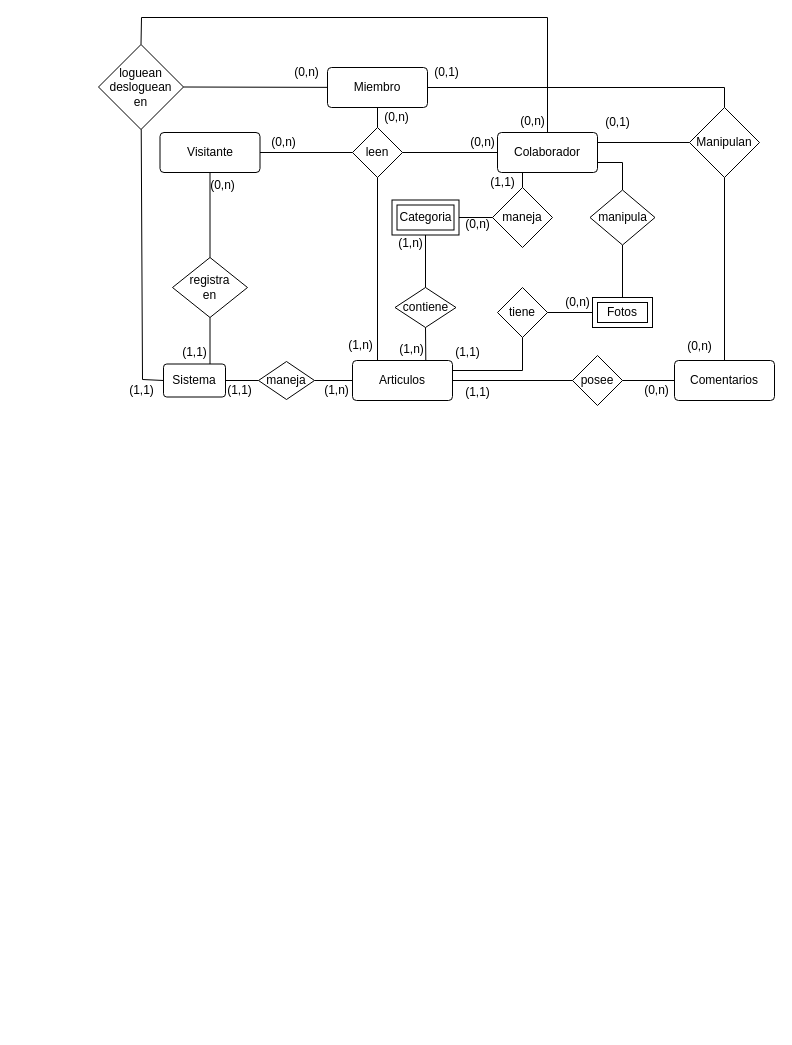
Before: Blog_Metaverso.drawio in mateojgomez/blog_metaverso, a draw.io diagram. Source tidied: cells renumbered, new cells numbered last; positions are measured from the earlier drawing's top-left corner, leaving out a move shared by most shapes. Both pictures are drawn from the tidied source at 100%, with x=0, y=0 at pixel (98, 17).
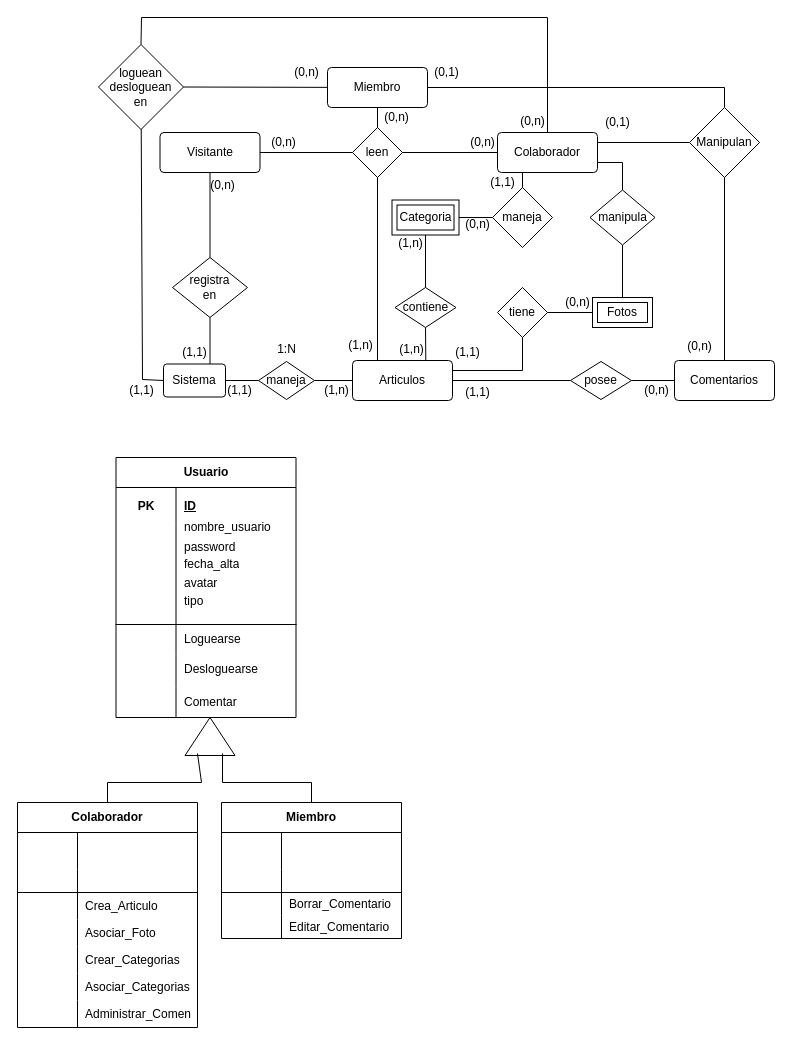
Above is the later version.

Diff of the diagram source:
```diff
@@
     <mxCell id="36" value="posee" style="rhombus;whiteSpace=wrap;html=1;" parent="1" vertex="1">
-      <mxGeometry x="474" y="338" width="50" height="50" as="geometry" />
+      <mxGeometry x="472" y="344" width="61" height="38" as="geometry" />
     </mxCell>
@@
+    <mxCell id="66" value="Usuario" style="shape=table;startSize=30;childLayout=tableLayout;rowLines=0;fontStyle=1;align=center;html=1;whiteSpace=wrap;" parent="1" vertex="1">
+      <mxGeometry x="17.5" y="440" width="180" height="260" as="geometry" />
+    </mxCell>
+    <mxCell id="67" style="shape=tableRow;horizontal=0;startSize=0;swimlaneHead=0;swimlaneBody=0;fillColor=none;top=0;left=0;right=0;bottom=0;html=1;" parent="66" vertex="1">
+      <mxGeometry y="30" width="180" height="37" as="geometry" />
+    </mxCell>
+    <mxCell id="68" value="PK" style="shape=partialRectangle;fillColor=none;top=0;left=0;bottom=0;right=0;fontStyle=1;overflow=hidden;html=1;whiteSpace=wrap;" parent="67" vertex="1">
+      <mxGeometry width="60" height="37" as="geometry" />
+    </mxCell>
+    <mxCell id="69" value="ID" style="shape=partialRectangle;fillColor=none;top=0;left=0;bottom=0;right=0;align=left;spacingLeft=6;fontStyle=5;overflow=hidden;html=1;whiteSpace=wrap;" parent="67" vertex="1">
+      <mxGeometry x="60" width="120" height="37" as="geometry" />
+    </mxCell>
+    <mxCell id="70" style="shape=tableRow;horizontal=0;startSize=0;swimlaneHead=0;swimlaneBody=0;fillColor=none;top=0;left=0;right=0;bottom=1;html=1;" parent="66" vertex="1">
+      <mxGeometry y="67" width="180" height="100" as="geometry" />
+    </mxCell>
+    <mxCell id="71" style="shape=partialRectangle;fillColor=none;top=0;left=0;bottom=0;right=0;fontStyle=1;overflow=hidden;html=1;whiteSpace=wrap;" parent="70" vertex="1">
+      <mxGeometry width="60" height="100" as="geometry" />
+    </mxCell>
+    <mxCell id="72" value="&lt;div&gt;&lt;br&gt;&lt;/div&gt;&lt;div&gt;&lt;br&gt;&lt;/div&gt;" style="shape=partialRectangle;fillColor=none;top=0;left=0;bottom=0;right=0;align=left;spacingLeft=6;fontStyle=5;overflow=hidden;html=1;whiteSpace=wrap;" parent="70" vertex="1">
+      <mxGeometry x="60" width="120" height="100" as="geometry" />
+    </mxCell>
+    <mxCell id="73" style="shape=tableRow;horizontal=0;startSize=0;swimlaneHead=0;swimlaneBody=0;fillColor=none;top=0;left=0;right=0;bottom=0;html=1;" parent="66" vertex="1">
+      <mxGeometry y="167" width="180" height="30" as="geometry" />
+    </mxCell>
+    <mxCell id="74" style="shape=partialRectangle;fillColor=none;top=0;left=0;bottom=0;right=0;overflow=hidden;html=1;whiteSpace=wrap;" parent="73" vertex="1">
+      <mxGeometry width="60" height="30" as="geometry" />
+    </mxCell>
+    <mxCell id="75" value="Loguearse" style="shape=partialRectangle;fillColor=none;top=0;left=0;bottom=0;right=0;align=left;spacingLeft=6;overflow=hidden;html=1;whiteSpace=wrap;" parent="73" vertex="1">
+      <mxGeometry x="60" width="120" height="30" as="geometry" />
+    </mxCell>
+    <mxCell id="76" style="shape=tableRow;horizontal=0;startSize=0;swimlaneHead=0;swimlaneBody=0;fillColor=none;top=0;left=0;right=0;bottom=0;html=1;" parent="66" vertex="1">
+      <mxGeometry y="197" width="180" height="33" as="geometry" />
+    </mxCell>
+    <mxCell id="77" style="shape=partialRectangle;fillColor=none;top=0;left=0;bottom=0;right=0;overflow=hidden;html=1;whiteSpace=wrap;" parent="76" vertex="1">
+      <mxGeometry width="60" height="33" as="geometry" />
+    </mxCell>
+    <mxCell id="78" style="shape=partialRectangle;fillColor=none;top=0;left=0;bottom=0;right=0;align=left;spacingLeft=6;overflow=hidden;html=1;whiteSpace=wrap;" parent="76" vertex="1">
+      <mxGeometry x="60" width="120" height="33" as="geometry" />
+    </mxCell>
+    <mxCell id="79" style="shape=tableRow;horizontal=0;startSize=0;swimlaneHead=0;swimlaneBody=0;fillColor=none;top=0;left=0;right=0;bottom=0;html=1;" parent="66" vertex="1">
+      <mxGeometry y="230" width="180" height="30" as="geometry" />
+    </mxCell>
+    <mxCell id="80" style="shape=partialRectangle;fillColor=none;top=0;left=0;bottom=0;right=0;overflow=hidden;html=1;whiteSpace=wrap;" parent="79" vertex="1">
+      <mxGeometry width="60" height="30" as="geometry" />
+    </mxCell>
+    <mxCell id="81" value="Comentar" style="shape=partialRectangle;fillColor=none;top=0;left=0;bottom=0;right=0;align=left;spacingLeft=6;overflow=hidden;html=1;whiteSpace=wrap;" parent="79" vertex="1">
+      <mxGeometry x="60" width="120" height="30" as="geometry" />
+    </mxCell>
+    <mxCell id="82" value="nombre_usuario" style="shape=partialRectangle;fillColor=none;top=0;left=0;bottom=0;right=0;align=left;spacingLeft=6;fontStyle=0;overflow=hidden;html=1;whiteSpace=wrap;" parent="1" vertex="1">
+      <mxGeometry x="77.5" y="500" width="120" height="20" as="geometry" />
+    </mxCell>
+    <mxCell id="83" value="password" style="shape=partialRectangle;fillColor=none;top=0;left=0;bottom=0;right=0;align=left;spacingLeft=6;fontStyle=0;overflow=hidden;html=1;whiteSpace=wrap;" parent="1" vertex="1">
+      <mxGeometry x="77.5" y="520" width="120" height="20" as="geometry" />
+    </mxCell>
+    <mxCell id="84" value="fecha_alta" style="shape=partialRectangle;fillColor=none;top=0;left=0;bottom=0;right=0;align=left;spacingLeft=6;fontStyle=0;overflow=hidden;html=1;whiteSpace=wrap;" parent="1" vertex="1">
+      <mxGeometry x="77.5" y="536.5" width="120" height="20" as="geometry" />
+    </mxCell>
+    <mxCell id="85" value="avatar" style="shape=partialRectangle;fillColor=none;top=0;left=0;bottom=0;right=0;align=left;spacingLeft=6;fontStyle=0;overflow=hidden;html=1;whiteSpace=wrap;" parent="1" vertex="1">
+      <mxGeometry x="77.5" y="556" width="120" height="20" as="geometry" />
+    </mxCell>
+    <mxCell id="86" value="tipo" style="shape=partialRectangle;fillColor=none;top=0;left=0;bottom=0;right=0;align=left;spacingLeft=6;fontStyle=0;overflow=hidden;html=1;whiteSpace=wrap;" parent="1" vertex="1">
+      <mxGeometry x="77.5" y="574" width="120" height="20" as="geometry" />
+    </mxCell>
+    <mxCell id="87" value="Desloguearse" style="shape=partialRectangle;fillColor=none;top=0;left=0;bottom=0;right=0;align=left;spacingLeft=6;overflow=hidden;html=1;whiteSpace=wrap;" parent="1" vertex="1">
+      <mxGeometry x="77.5" y="637" width="120" height="30" as="geometry" />
+    </mxCell>
+    <mxCell id="88" value="1:N" style="text;html=1;align=center;verticalAlign=middle;strokeColor=none;fillColor=none;" parent="1" vertex="1">
+      <mxGeometry x="168" y="316.5" width="40" height="30" as="geometry" />
+    </mxCell>
+    <mxCell id="89" value="Colaborador" style="shape=table;startSize=30;childLayout=tableLayout;rowLines=0;fontStyle=1;align=center;html=1;whiteSpace=wrap;" parent="1" vertex="1">
+      <mxGeometry x="-81" y="785" width="180" height="225" as="geometry" />
+    </mxCell>
+    <mxCell id="90" style="shape=tableRow;horizontal=0;startSize=0;swimlaneHead=0;swimlaneBody=0;fillColor=none;top=0;left=0;right=0;bottom=0;html=1;" parent="89" vertex="1">
+      <mxGeometry y="30" width="180" height="37" as="geometry" />
+    </mxCell>
+    <mxCell id="91" style="shape=partialRectangle;fillColor=none;top=0;left=0;bottom=0;right=0;fontStyle=1;overflow=hidden;html=1;whiteSpace=wrap;" parent="90" vertex="1">
+      <mxGeometry width="60" height="37" as="geometry" />
+    </mxCell>
+    <mxCell id="92" style="shape=partialRectangle;fillColor=none;top=0;left=0;bottom=0;right=0;align=left;spacingLeft=6;fontStyle=5;overflow=hidden;html=1;whiteSpace=wrap;" parent="90" vertex="1">
+      <mxGeometry x="60" width="120" height="37" as="geometry" />
+    </mxCell>
+    <mxCell id="93" style="shape=tableRow;horizontal=0;startSize=0;swimlaneHead=0;swimlaneBody=0;fillColor=none;top=0;left=0;right=0;bottom=1;html=1;" parent="89" vertex="1">
+      <mxGeometry y="67" width="180" height="23" as="geometry" />
+    </mxCell>
+    <mxCell id="94" style="shape=partialRectangle;fillColor=none;top=0;left=0;bottom=0;right=0;fontStyle=1;overflow=hidden;html=1;whiteSpace=wrap;" parent="93" vertex="1">
+      <mxGeometry width="60" height="23" as="geometry" />
+    </mxCell>
+    <mxCell id="95" value="&lt;div&gt;&lt;br&gt;&lt;/div&gt;&lt;div&gt;&lt;br&gt;&lt;/div&gt;" style="shape=partialRectangle;fillColor=none;top=0;left=0;bottom=0;right=0;align=left;spacingLeft=6;fontStyle=5;overflow=hidden;html=1;whiteSpace=wrap;" parent="93" vertex="1">
+      <mxGeometry x="60" width="120" height="23" as="geometry" />
+    </mxCell>
+    <mxCell id="96" style="shape=tableRow;horizontal=0;startSize=0;swimlaneHead=0;swimlaneBody=0;fillColor=none;top=0;left=0;right=0;bottom=0;html=1;" parent="89" vertex="1">
+      <mxGeometry y="90" width="180" height="27" as="geometry" />
+    </mxCell>
+    <mxCell id="97" style="shape=partialRectangle;fillColor=none;top=0;left=0;bottom=0;right=0;overflow=hidden;html=1;whiteSpace=wrap;" parent="96" vertex="1">
+      <mxGeometry width="60" height="27" as="geometry" />
+    </mxCell>
+    <mxCell id="98" value="Crea_Articulo" style="shape=partialRectangle;fillColor=none;top=0;left=0;bottom=0;right=0;align=left;spacingLeft=6;overflow=hidden;html=1;whiteSpace=wrap;" parent="96" vertex="1">
+      <mxGeometry x="60" width="120" height="27" as="geometry" />
+    </mxCell>
+    <mxCell id="99" style="shape=tableRow;horizontal=0;startSize=0;swimlaneHead=0;swimlaneBody=0;fillColor=none;top=0;left=0;right=0;bottom=0;html=1;" parent="89" vertex="1">
+      <mxGeometry y="117" width="180" height="27" as="geometry" />
+    </mxCell>
+    <mxCell id="100" style="shape=partialRectangle;fillColor=none;top=0;left=0;bottom=0;right=0;overflow=hidden;html=1;whiteSpace=wrap;" parent="99" vertex="1">
+      <mxGeometry width="60" height="27" as="geometry" />
+    </mxCell>
+    <mxCell id="101" value="Asociar_Foto" style="shape=partialRectangle;fillColor=none;top=0;left=0;bottom=0;right=0;align=left;spacingLeft=6;overflow=hidden;html=1;whiteSpace=wrap;" parent="99" vertex="1">
+      <mxGeometry x="60" width="120" height="27" as="geometry" />
+    </mxCell>
+    <mxCell id="102" style="shape=tableRow;horizontal=0;startSize=0;swimlaneHead=0;swimlaneBody=0;fillColor=none;top=0;left=0;right=0;bottom=0;html=1;" parent="89" vertex="1">
+      <mxGeometry y="144" width="180" height="27" as="geometry" />
+    </mxCell>
+    <mxCell id="103" style="shape=partialRectangle;fillColor=none;top=0;left=0;bottom=0;right=0;overflow=hidden;html=1;whiteSpace=wrap;" parent="102" vertex="1">
+      <mxGeometry width="60" height="27" as="geometry" />
+    </mxCell>
+    <mxCell id="104" value="Crear_Categorias" style="shape=partialRectangle;fillColor=none;top=0;left=0;bottom=0;right=0;align=left;spacingLeft=6;overflow=hidden;html=1;whiteSpace=wrap;" parent="102" vertex="1">
+      <mxGeometry x="60" width="120" height="27" as="geometry" />
+    </mxCell>
+    <mxCell id="105" style="shape=tableRow;horizontal=0;startSize=0;swimlaneHead=0;swimlaneBody=0;fillColor=none;top=0;left=0;right=0;bottom=0;html=1;" parent="89" vertex="1">
+      <mxGeometry y="171" width="180" height="27" as="geometry" />
+    </mxCell>
+    <mxCell id="106" style="shape=partialRectangle;fillColor=none;top=0;left=0;bottom=0;right=0;overflow=hidden;html=1;whiteSpace=wrap;" parent="105" vertex="1">
+      <mxGeometry width="60" height="27" as="geometry" />
+    </mxCell>
+    <mxCell id="107" value="Asociar_Categorias" style="shape=partialRectangle;fillColor=none;top=0;left=0;bottom=0;right=0;align=left;spacingLeft=6;overflow=hidden;html=1;whiteSpace=wrap;" parent="105" vertex="1">
+      <mxGeometry x="60" width="120" height="27" as="geometry" />
+    </mxCell>
+    <mxCell id="108" style="shape=tableRow;horizontal=0;startSize=0;swimlaneHead=0;swimlaneBody=0;fillColor=none;top=0;left=0;right=0;bottom=0;html=1;" parent="89" vertex="1">
+      <mxGeometry y="198" width="180" height="27" as="geometry" />
+    </mxCell>
+    <mxCell id="109" style="shape=partialRectangle;fillColor=none;top=0;left=0;bottom=0;right=0;overflow=hidden;html=1;whiteSpace=wrap;" parent="108" vertex="1">
+      <mxGeometry width="60" height="27" as="geometry" />
+    </mxCell>
+    <mxCell id="110" value="Administrar_Comen" style="shape=partialRectangle;fillColor=none;top=0;left=0;bottom=0;right=0;align=left;spacingLeft=6;overflow=hidden;html=1;whiteSpace=wrap;" parent="108" vertex="1">
+      <mxGeometry x="60" width="120" height="27" as="geometry" />
+    </mxCell>
+    <mxCell id="111" style="shape=tableRow;horizontal=0;startSize=0;swimlaneHead=0;swimlaneBody=0;fillColor=none;top=0;left=0;right=0;bottom=0;html=1;" parent="1" vertex="1">
+      <mxGeometry x="283" y="571" width="180" height="23" as="geometry" />
+    </mxCell>
+    <mxCell id="112" style="shape=partialRectangle;fillColor=none;top=0;left=0;bottom=0;right=0;overflow=hidden;html=1;whiteSpace=wrap;" parent="111" vertex="1">
+      <mxGeometry width="60" height="23" as="geometry" />
+    </mxCell>
+    <mxCell id="113" value="Miembro" style="shape=table;startSize=30;childLayout=tableLayout;rowLines=0;fontStyle=1;align=center;html=1;whiteSpace=wrap;" parent="1" vertex="1">
+      <mxGeometry x="123" y="785" width="180" height="136" as="geometry" />
+    </mxCell>
+    <mxCell id="114" style="shape=tableRow;horizontal=0;startSize=0;swimlaneHead=0;swimlaneBody=0;fillColor=none;top=0;left=0;right=0;bottom=0;html=1;" parent="113" vertex="1">
+      <mxGeometry y="30" width="180" height="37" as="geometry" />
+    </mxCell>
+    <mxCell id="115" style="shape=partialRectangle;fillColor=none;top=0;left=0;bottom=0;right=0;fontStyle=1;overflow=hidden;html=1;whiteSpace=wrap;" parent="114" vertex="1">
+      <mxGeometry width="60" height="37" as="geometry" />
+    </mxCell>
+    <mxCell id="116" style="shape=partialRectangle;fillColor=none;top=0;left=0;bottom=0;right=0;align=left;spacingLeft=6;fontStyle=5;overflow=hidden;html=1;whiteSpace=wrap;" parent="114" vertex="1">
+      <mxGeometry x="60" width="120" height="37" as="geometry" />
+    </mxCell>
+    <mxCell id="117" style="shape=tableRow;horizontal=0;startSize=0;swimlaneHead=0;swimlaneBody=0;fillColor=none;top=0;left=0;right=0;bottom=1;html=1;" parent="113" vertex="1">
+      <mxGeometry y="67" width="180" height="23" as="geometry" />
+    </mxCell>
+    <mxCell id="118" style="shape=partialRectangle;fillColor=none;top=0;left=0;bottom=0;right=0;fontStyle=1;overflow=hidden;html=1;whiteSpace=wrap;" parent="117" vertex="1">
+      <mxGeometry width="60" height="23" as="geometry" />
+    </mxCell>
+    <mxCell id="119" value="&lt;div&gt;&lt;br&gt;&lt;/div&gt;&lt;div&gt;&lt;br&gt;&lt;/div&gt;" style="shape=partialRectangle;fillColor=none;top=0;left=0;bottom=0;right=0;align=left;spacingLeft=6;fontStyle=5;overflow=hidden;html=1;whiteSpace=wrap;" parent="117" vertex="1">
+      <mxGeometry x="60" width="120" height="23" as="geometry" />
+    </mxCell>
+    <mxCell id="120" style="shape=tableRow;horizontal=0;startSize=0;swimlaneHead=0;swimlaneBody=0;fillColor=none;top=0;left=0;right=0;bottom=0;html=1;" parent="113" vertex="1">
+      <mxGeometry y="90" width="180" height="23" as="geometry" />
+    </mxCell>
+    <mxCell id="121" style="shape=partialRectangle;fillColor=none;top=0;left=0;bottom=0;right=0;overflow=hidden;html=1;whiteSpace=wrap;" parent="120" vertex="1">
+      <mxGeometry width="60" height="23" as="geometry" />
+    </mxCell>
+    <mxCell id="122" value="Borrar_Comentario" style="shape=partialRectangle;fillColor=none;top=0;left=0;bottom=0;right=0;align=left;spacingLeft=6;overflow=hidden;html=1;whiteSpace=wrap;" parent="120" vertex="1">
+      <mxGeometry x="60" width="120" height="23" as="geometry" />
+    </mxCell>
+    <mxCell id="123" style="shape=tableRow;horizontal=0;startSize=0;swimlaneHead=0;swimlaneBody=0;fillColor=none;top=0;left=0;right=0;bottom=0;html=1;" parent="113" vertex="1">
+      <mxGeometry y="113" width="180" height="23" as="geometry" />
+    </mxCell>
+    <mxCell id="124" style="shape=partialRectangle;fillColor=none;top=0;left=0;bottom=0;right=0;overflow=hidden;html=1;whiteSpace=wrap;" parent="123" vertex="1">
+      <mxGeometry width="60" height="23" as="geometry" />
+    </mxCell>
+    <mxCell id="125" value="Editar_Comentario" style="shape=partialRectangle;fillColor=none;top=0;left=0;bottom=0;right=0;align=left;spacingLeft=6;overflow=hidden;html=1;whiteSpace=wrap;" parent="123" vertex="1">
+      <mxGeometry x="60" width="120" height="23" as="geometry" />
+    </mxCell>
+    <mxCell id="126" style="triangle;whiteSpace=wrap;html=1;rotation=-90;" parent="1" vertex="1">
+      <mxGeometry x="92.5" y="694" width="38" height="50" as="geometry" />
+    </mxCell>
+    <mxCell id="127" style="endArrow=none;html=1;rounded=0;exitX=0.5;exitY=0;exitDx=0;exitDy=0;entryX=0;entryY=0.75;entryDx=0;entryDy=0;" parent="1" edge="1" source="113">
+      <mxGeometry relative="1" as="geometry">
+        <mxPoint x="124" y="736" as="targetPoint" />
+        <Array as="points">
+          <mxPoint x="213" y="765" />
+          <mxPoint x="124" y="765" />
+        </Array>
+      </mxGeometry>
+    </mxCell>
+    <mxCell id="128" style="endArrow=none;html=1;rounded=0;exitX=0;exitY=0.25;exitDx=0;exitDy=0;entryX=0.5;entryY=0;entryDx=0;entryDy=0;" parent="1" edge="1" target="89">
+      <mxGeometry relative="1" as="geometry">
+        <mxPoint x="99" y="736" as="sourcePoint" />
+        <Array as="points">
+          <mxPoint x="103" y="765" />
+          <mxPoint x="9" y="765" />
+        </Array>
+      </mxGeometry>
+    </mxCell>
```
